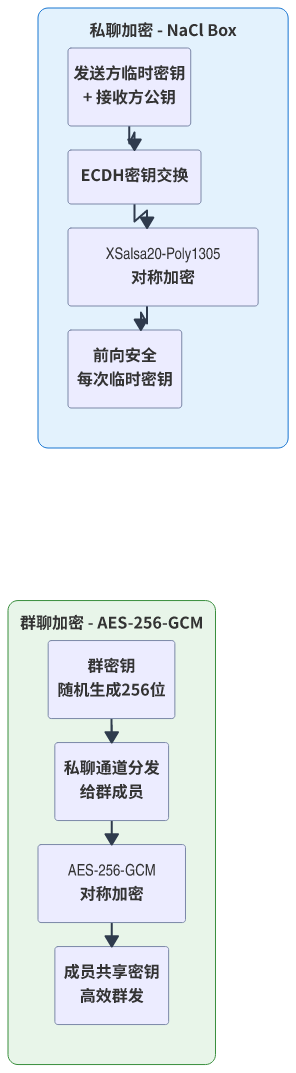
yixianOu/Dchat keeps this Mermaid diagram as DecentralizedChat/paper/images/fig13_crypto_compare.png. Above is the earlier version. Its source is kept beside it as DecentralizedChat/paper/diagrams/fig13_crypto_compare.mmd.
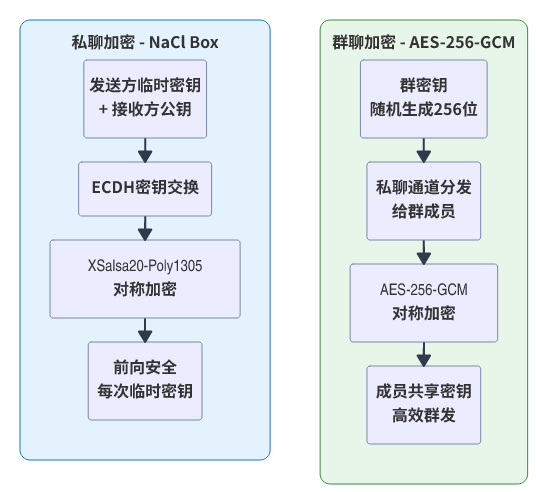
Later version of the same file.

Change to the diagram source:
```diff
@@ -1,19 +1,29 @@
 graph TB
-    subgraph DM["私聊加密 - NaCl Box"]
-        direction TB
-        D1["发送方临时密钥<br/>+ 接收方公钥"] --> D2["ECDH密钥交换"]
-        D2 --> D3["XSalsa20-Poly1305<br/>对称加密"]
-        D3 --> D4["前向安全<br/>每次临时密钥"]
+    subgraph outer[" "]
+        direction LR
+        subgraph DM["私聊加密 - NaCl Box"]
+            direction TB
+            D1["发送方临时密钥\n+ 接收方公钥"]
+            D2["ECDH密钥交换"]
+            D3["XSalsa20-Poly1305\n对称加密"]
+            D4["前向安全\n每次临时密钥"]
+            D1 --> D2
+            D2 --> D3
+            D3 --> D4
+        end
+
+        subgraph GRP["群聊加密 - AES-256-GCM"]
+            direction TB
+            G1["群密钥\n随机生成256位"]
+            G2["私聊通道分发\n给群成员"]
+            G3["AES-256-GCM\n对称加密"]
+            G4["成员共享密钥\n高效群发"]
+            G1 --> G2
+            G2 --> G3
+            G3 --> G4
+        end
     end
 
-    subgraph GRP["群聊加密 - AES-256-GCM"]
-        direction TB
-        G1["群密钥<br/>随机生成256位"] --> G2["私聊通道分发<br/>给群成员"]
-        G2 --> G3["AES-256-GCM<br/>对称加密"]
-        G3 --> G4["成员共享密钥<br/>高效群发"]
-    end
-
-    DM ~~~ GRP
-
+    style outer fill:none,stroke:none
     style DM fill:#e3f2fd,stroke:#1976d2
     style GRP fill:#e8f5e9,stroke:#388e3c
```
